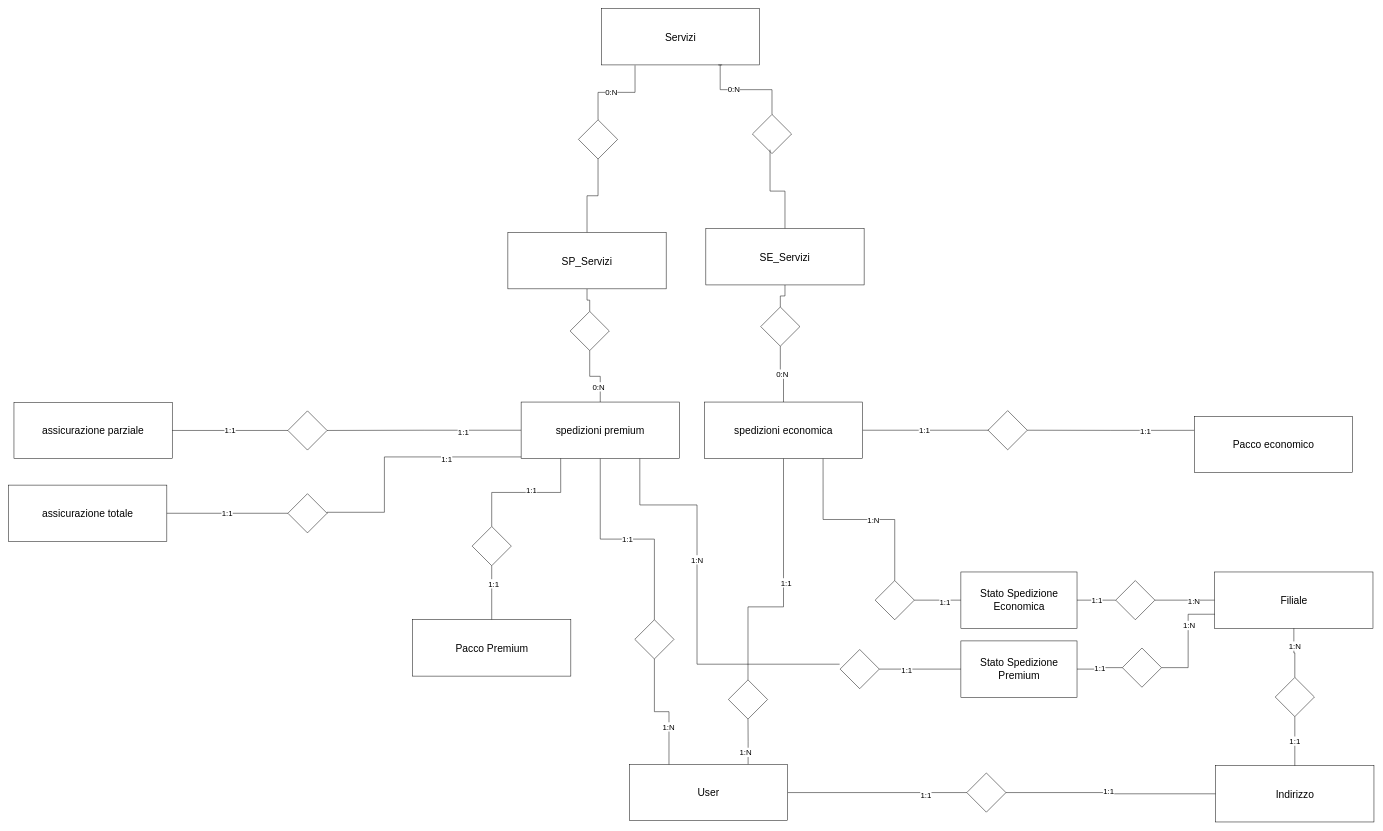
Before: ristrutturato.drawio in dugoalberto/DataBaseProject, a draw.io diagram. Source tidied: cells renumbered, new cells numbered last; positions are measured from the earlier drawing's top-left corner, leaving out a move shared by most shapes. Both pictures are drawn from the tidied source at 49%, with x=0, y=0 at pixel (8, 8).
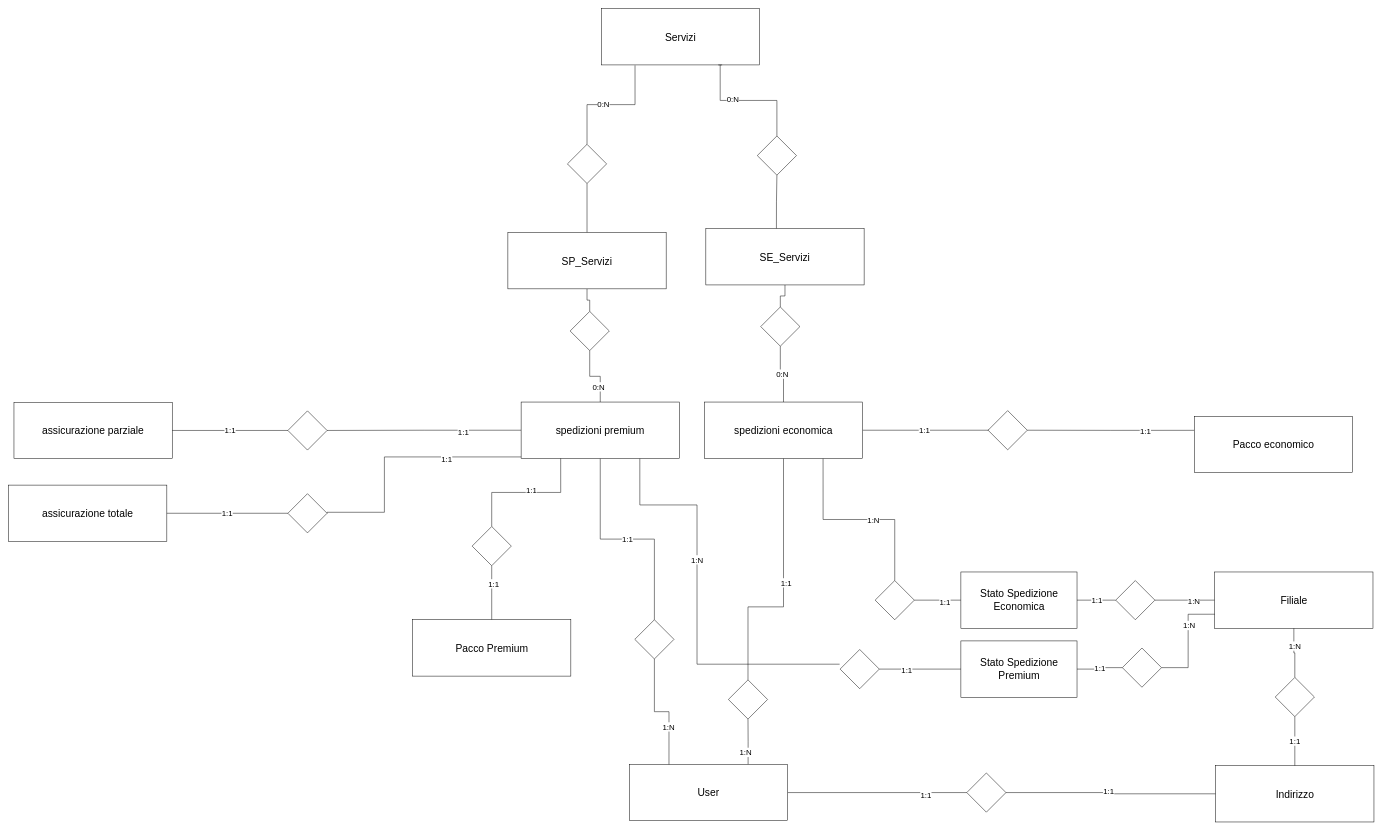
Above is the later version.

The change refers to these unchanged cells:
```xml
<mxCell id="61" value="&lt;span style=&quot;font-size: 21px;&quot;&gt;SE_Servizi&lt;br style=&quot;font-size: 21px;&quot;&gt;&lt;/span&gt;" style="rounded=0;whiteSpace=wrap;html=1;fontSize=21;" parent="1" vertex="1">
  <mxGeometry x="1423" y="449" width="323" height="115" as="geometry" />
</mxCell>
```

Diff of the diagram source:
```diff
@@
     <mxCell id="56" style="rhombus;whiteSpace=wrap;html=1;fontSize=16;" parent="1" vertex="1">
-      <mxGeometry x="1518" y="216" width="80" height="80" as="geometry" />
+      <mxGeometry x="1528" y="260" width="80" height="80" as="geometry" />
     </mxCell>
     <mxCell id="57" style="rhombus;whiteSpace=wrap;html=1;fontSize=16;" parent="1" vertex="1">
-      <mxGeometry x="1163" y="227" width="80" height="80" as="geometry" />
+      <mxGeometry x="1140.5" y="277" width="80" height="80" as="geometry" />
     </mxCell>
@@
-    <mxCell id="60" style="edgeStyle=orthogonalEdgeStyle;rounded=0;jettySize=auto;html=1;exitX=0.5;exitY=0;exitDx=0;exitDy=0;entryX=0.45;entryY=0.9;entryDx=0;entryDy=0;entryPerimeter=0;fontSize=16;endArrow=none;endFill=0;" parent="1" edge="1" source="61" target="56">
+    <mxCell id="60" style="edgeStyle=orthogonalEdgeStyle;rounded=0;jettySize=auto;html=1;exitX=0.446;exitY=0.002;exitDx=0;exitDy=0;entryX=0.5;entryY=1;entryDx=0;entryDy=0;fontSize=16;endArrow=none;endFill=0;exitPerimeter=0;" parent="1" edge="1" source="61" target="56">
       <mxGeometry relative="1" as="geometry" />
     </mxCell>
```
